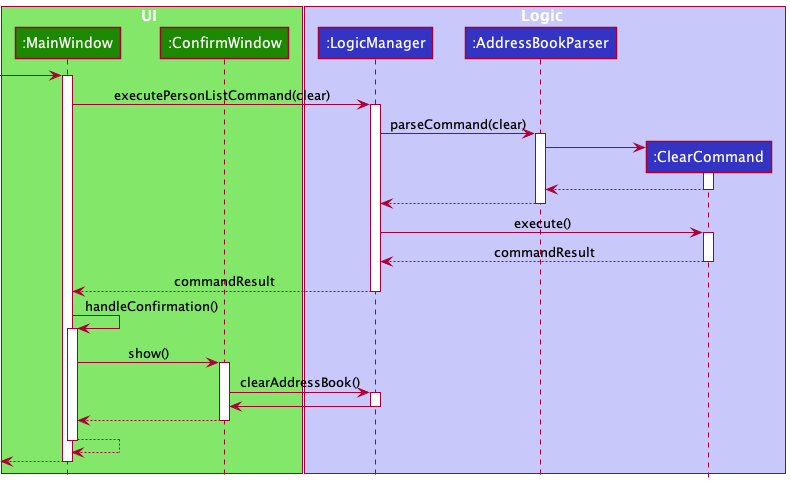
tonishka/tp keeps this PlantUML diagram as docs/images/ClearSequenceDiagram.png. Above is the earlier version. The source it was exported from:
```plantuml
@startuml
!include Style.puml

box UI UI_COLOR_T1
participant ":MainWindow" as MainWindow UI_COLOR
participant ":ConfirmWindow" as ConfirmWindow UI_COLOR
end box

box Logic LOGIC_COLOR_T1
participant ":LogicManager" as LogicManager LOGIC_COLOR
participant ":AddressBookParser" as AddressBookParser LOGIC_COLOR
participant ":ClearCommand" as ClearCommand LOGIC_COLOR
end box

-> MainWindow
activate MainWindow
MainWindow -> LogicManager:executePersonListCommand(clear)
activate LogicManager

LogicManager -> AddressBookParser : parseCommand(clear)
activate AddressBookParser

create ClearCommand
AddressBookParser -> ClearCommand
activate ClearCommand

ClearCommand --> AddressBookParser :
deactivate ClearCommand

AddressBookParser --> LogicManager :
deactivate AddressBookParser

LogicManager -> ClearCommand : execute()
activate ClearCommand

ClearCommand --> LogicManager : commandResult
deactivate ClearCommand

LogicManager --> MainWindow : commandResult
deactivate LogicManager

MainWindow -> MainWindow : handleConfirmation()
activate MainWindow

MainWindow -> ConfirmWindow : show()
activate ConfirmWindow

ConfirmWindow -> LogicManager : clearAddressBook()
activate LogicManager

LogicManager -> ConfirmWindow
deactivate LogicManager

ConfirmWindow --> MainWindow
deactivate ConfirmWindow

MainWindow --> MainWindow
deactivate MainWindow

<-- MainWindow
deactivate MainWindow

@enduml
```
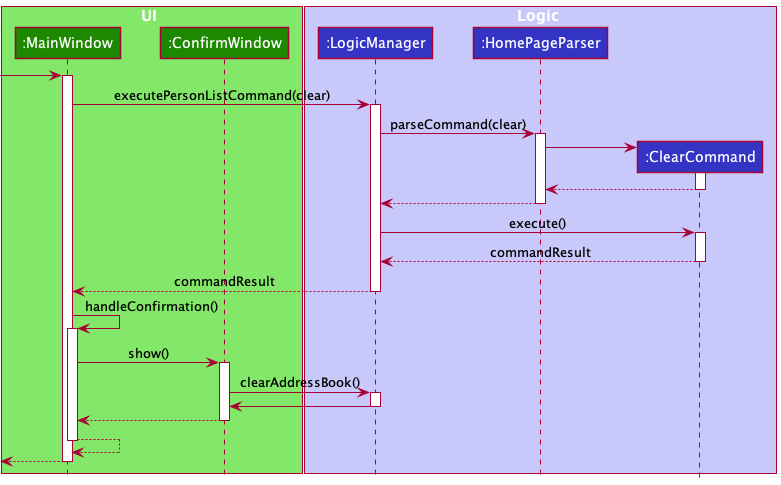
The same diagram one commit later.

Commit message:
Upload new clear sequence diagram

Change to the diagram source:
```diff
@@ -8,7 +8,7 @@
 
 box Logic LOGIC_COLOR_T1
 participant ":LogicManager" as LogicManager LOGIC_COLOR
-participant ":AddressBookParser" as AddressBookParser LOGIC_COLOR
+participant ":HomePageParser" as HomePageParser LOGIC_COLOR
 participant ":ClearCommand" as ClearCommand LOGIC_COLOR
 end box
 
@@ -17,18 +17,18 @@
 MainWindow -> LogicManager:executePersonListCommand(clear)
 activate LogicManager
 
-LogicManager -> AddressBookParser : parseCommand(clear)
-activate AddressBookParser
+LogicManager -> HomePageParser : parseCommand(clear)
+activate HomePageParser
 
 create ClearCommand
-AddressBookParser -> ClearCommand
+HomePageParser -> ClearCommand
 activate ClearCommand
 
-ClearCommand --> AddressBookParser :
+ClearCommand --> HomePageParser :
 deactivate ClearCommand
 
-AddressBookParser --> LogicManager :
-deactivate AddressBookParser
+HomePageParser --> LogicManager :
+deactivate HomePageParser
 
 LogicManager -> ClearCommand : execute()
 activate ClearCommand
```
